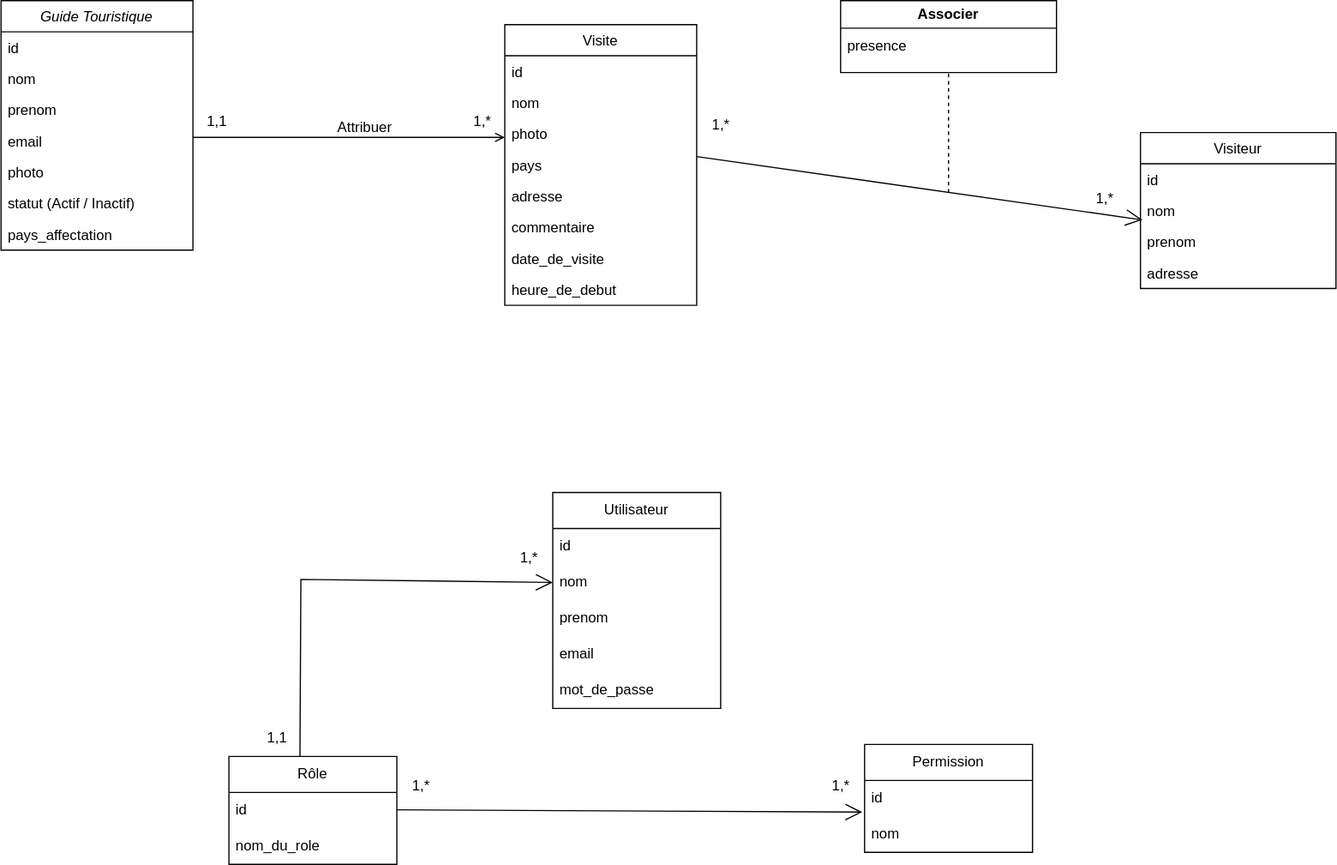
fresnel25/Travel_Paradise_Project keeps this draw.io diagram as Docs/Diagrammes/Diagramme de classe.drawio.svg. Above is the earlier version. Source tidied: cells renumbered, new cells last; positions are measured from the earlier drawing's top-left corner, leaving out a move shared by most shapes. Source of this version:
```xml
<mxGraphModel>
  <root>
    <mxCell id="0" />
    <mxCell id="1" parent="0" />
    <mxCell id="2" value="Guide Touristique" style="swimlane;fontStyle=2;align=center;verticalAlign=top;horizontal=1;startSize=26;rounded=0;shadow=0;strokeWidth=1;" parent="1" vertex="1">
      <mxGeometry width="160" height="208" as="geometry" />
    </mxCell>
    <mxCell id="3" value="id" style="text;align=left;verticalAlign=top;spacingLeft=4;spacingRight=4;overflow=hidden;" parent="2" vertex="1">
      <mxGeometry y="26" width="160" height="26" as="geometry" />
    </mxCell>
    <mxCell id="4" value="nom" style="text;align=left;verticalAlign=top;spacingLeft=4;spacingRight=4;overflow=hidden;" parent="2" vertex="1">
      <mxGeometry y="52" width="160" height="26" as="geometry" />
    </mxCell>
    <mxCell id="5" value="prenom" style="text;align=left;verticalAlign=top;spacingLeft=4;spacingRight=4;overflow=hidden;rounded=0;shadow=0;html=0;" parent="2" vertex="1">
      <mxGeometry y="78" width="160" height="26" as="geometry" />
    </mxCell>
    <mxCell id="6" value="email" style="text;align=left;verticalAlign=top;spacingLeft=4;spacingRight=4;overflow=hidden;rounded=0;shadow=0;html=0;" parent="2" vertex="1">
      <mxGeometry y="104" width="160" height="26" as="geometry" />
    </mxCell>
    <mxCell id="7" value="photo" style="text;align=left;verticalAlign=top;spacingLeft=4;spacingRight=4;overflow=hidden;rounded=0;shadow=0;html=0;" parent="2" vertex="1">
      <mxGeometry y="130" width="160" height="26" as="geometry" />
    </mxCell>
    <mxCell id="8" value="statut (Actif / Inactif)" style="text;align=left;verticalAlign=top;spacingLeft=4;spacingRight=4;overflow=hidden;rounded=0;shadow=0;html=0;" parent="2" vertex="1">
      <mxGeometry y="156" width="160" height="26" as="geometry" />
    </mxCell>
    <mxCell id="9" value="pays_affectation" style="text;align=left;verticalAlign=top;spacingLeft=4;spacingRight=4;overflow=hidden;rounded=0;shadow=0;html=0;" parent="2" vertex="1">
      <mxGeometry y="182" width="160" height="26" as="geometry" />
    </mxCell>
    <mxCell id="10" value="Visite" style="swimlane;fontStyle=0;align=center;verticalAlign=top;horizontal=1;startSize=26;rounded=0;shadow=0;strokeWidth=1;" parent="1" vertex="1">
      <mxGeometry x="420" y="20" width="160" height="234" as="geometry" />
    </mxCell>
    <mxCell id="11" value="id" style="text;align=left;verticalAlign=top;spacingLeft=4;spacingRight=4;overflow=hidden;" parent="10" vertex="1">
      <mxGeometry y="26" width="160" height="26" as="geometry" />
    </mxCell>
    <mxCell id="12" value="nom" style="text;align=left;verticalAlign=top;spacingLeft=4;spacingRight=4;overflow=hidden;" parent="10" vertex="1">
      <mxGeometry y="52" width="160" height="26" as="geometry" />
    </mxCell>
    <mxCell id="13" value="photo" style="text;align=left;verticalAlign=top;spacingLeft=4;spacingRight=4;overflow=hidden;" parent="10" vertex="1">
      <mxGeometry y="78" width="160" height="26" as="geometry" />
    </mxCell>
    <mxCell id="14" value="pays" style="text;align=left;verticalAlign=top;spacingLeft=4;spacingRight=4;overflow=hidden;rounded=0;shadow=0;html=0;" parent="10" vertex="1">
      <mxGeometry y="104" width="160" height="26" as="geometry" />
    </mxCell>
    <mxCell id="15" value="adresse" style="text;align=left;verticalAlign=top;spacingLeft=4;spacingRight=4;overflow=hidden;rounded=0;shadow=0;html=0;" parent="10" vertex="1">
      <mxGeometry y="130" width="160" height="26" as="geometry" />
    </mxCell>
    <mxCell id="16" value="commentaire" style="text;align=left;verticalAlign=top;spacingLeft=4;spacingRight=4;overflow=hidden;rounded=0;shadow=0;html=0;" parent="10" vertex="1">
      <mxGeometry y="156" width="160" height="26" as="geometry" />
    </mxCell>
    <mxCell id="17" value="date_de_visite" style="text;align=left;verticalAlign=top;spacingLeft=4;spacingRight=4;overflow=hidden;rounded=0;shadow=0;html=0;" parent="10" vertex="1">
      <mxGeometry y="182" width="160" height="26" as="geometry" />
    </mxCell>
    <mxCell id="18" value="heure_de_debut" style="text;align=left;verticalAlign=top;spacingLeft=4;spacingRight=4;overflow=hidden;points=[[0,0.5],[1,0.5]];portConstraint=eastwest;rounded=0;shadow=0;html=0;" parent="10" vertex="1">
      <mxGeometry y="208" width="160" height="26" as="geometry" />
    </mxCell>
    <mxCell id="19" style="endArrow=open;shadow=0;strokeWidth=1;rounded=0;curved=0;endFill=1;edgeStyle=elbowEdgeStyle;elbow=vertical;" parent="1" edge="1" source="2" target="10">
      <mxGeometry x="0.5" y="41" relative="1" as="geometry">
        <mxPoint x="-40" y="32" as="offset" />
      </mxGeometry>
    </mxCell>
    <mxCell id="20" value="1,1" style="align=left;verticalAlign=bottom;labelBackgroundColor=none;fontSize=12;" parent="19" vertex="1">
      <mxGeometry x="-1" relative="1" as="geometry">
        <mxPoint x="10" y="-5" as="offset" />
      </mxGeometry>
    </mxCell>
    <mxCell id="21" value="1,*" style="align=right;verticalAlign=bottom;labelBackgroundColor=none;fontSize=12;" parent="19" vertex="1">
      <mxGeometry x="1" relative="1" as="geometry">
        <mxPoint x="-10" y="-5" as="offset" />
      </mxGeometry>
    </mxCell>
    <mxCell id="22" value="Attribuer" style="text;html=1;align=center;verticalAlign=middle;labelBackgroundColor=none;rounded=0;shadow=0;strokeWidth=1;fontSize=12;" parent="19" vertex="1">
      <mxGeometry x="0.5" y="49" relative="1" as="geometry">
        <mxPoint x="-53" y="40" as="offset" />
      </mxGeometry>
    </mxCell>
    <mxCell id="23" value="Visiteur" style="swimlane;fontStyle=0;align=center;verticalAlign=top;horizontal=1;startSize=26;rounded=0;shadow=0;strokeWidth=1;" parent="1" vertex="1">
      <mxGeometry x="950" y="110" width="163" height="130" as="geometry" />
    </mxCell>
    <mxCell id="24" value="id" style="text;align=left;verticalAlign=top;spacingLeft=4;spacingRight=4;overflow=hidden;" parent="23" vertex="1">
      <mxGeometry y="26" width="163" height="26" as="geometry" />
    </mxCell>
    <mxCell id="25" value="nom" style="text;align=left;verticalAlign=top;spacingLeft=4;spacingRight=4;overflow=hidden;points=[[0,0.5],[1,0.5]];portConstraint=eastwest;" parent="23" vertex="1">
      <mxGeometry y="52" width="163" height="26" as="geometry" />
    </mxCell>
    <mxCell id="26" value="prenom" style="text;align=left;verticalAlign=top;spacingLeft=4;spacingRight=4;overflow=hidden;rounded=0;shadow=0;html=0;" parent="23" vertex="1">
      <mxGeometry y="78" width="163" height="26" as="geometry" />
    </mxCell>
    <mxCell id="27" value="adresse" style="text;align=left;verticalAlign=top;spacingLeft=4;spacingRight=4;overflow=hidden;rounded=0;shadow=0;html=0;" parent="23" vertex="1">
      <mxGeometry y="104" width="163" height="26" as="geometry" />
    </mxCell>
    <mxCell id="28" value="1,*" style="text;html=1;align=center;verticalAlign=middle;strokeColor=none;fillColor=none;" parent="1" vertex="1">
      <mxGeometry x="580" y="89" width="40" height="30" as="geometry" />
    </mxCell>
    <mxCell id="29" value="1,*" style="text;html=1;align=center;verticalAlign=middle;strokeColor=none;fillColor=none;" parent="1" vertex="1">
      <mxGeometry x="900" y="150" width="40" height="30" as="geometry" />
    </mxCell>
    <mxCell id="30" value="Utilisateur" style="swimlane;fontStyle=0;horizontal=1;startSize=30;whiteSpace=wrap;html=1;" parent="1" vertex="1">
      <mxGeometry x="460" y="410" width="140" height="180" as="geometry" />
    </mxCell>
    <mxCell id="31" value="id" style="text;strokeColor=none;fillColor=none;align=left;verticalAlign=middle;spacingLeft=4;spacingRight=4;overflow=hidden;whiteSpace=wrap;html=1;" parent="30" vertex="1">
      <mxGeometry y="30" width="140" height="30" as="geometry" />
    </mxCell>
    <mxCell id="32" value="nom" style="text;strokeColor=none;fillColor=none;align=left;verticalAlign=middle;spacingLeft=4;spacingRight=4;overflow=hidden;points=[[0,0.5],[1,0.5]];portConstraint=eastwest;whiteSpace=wrap;html=1;" parent="30" vertex="1">
      <mxGeometry y="60" width="140" height="30" as="geometry" />
    </mxCell>
    <mxCell id="33" value="prenom" style="text;strokeColor=none;fillColor=none;align=left;verticalAlign=middle;spacingLeft=4;spacingRight=4;overflow=hidden;whiteSpace=wrap;html=1;" parent="30" vertex="1">
      <mxGeometry y="90" width="140" height="30" as="geometry" />
    </mxCell>
    <mxCell id="34" value="email" style="text;strokeColor=none;fillColor=none;align=left;verticalAlign=middle;spacingLeft=4;spacingRight=4;overflow=hidden;whiteSpace=wrap;html=1;" parent="30" vertex="1">
      <mxGeometry y="120" width="140" height="30" as="geometry" />
    </mxCell>
    <mxCell id="35" value="mot_de_passe" style="text;strokeColor=none;fillColor=none;align=left;verticalAlign=middle;spacingLeft=4;spacingRight=4;overflow=hidden;whiteSpace=wrap;html=1;" parent="30" vertex="1">
      <mxGeometry y="150" width="140" height="30" as="geometry" />
    </mxCell>
    <mxCell id="36" value="Rôle" style="swimlane;fontStyle=0;horizontal=1;startSize=30;whiteSpace=wrap;html=1;" parent="1" vertex="1">
      <mxGeometry x="190" y="630" width="140" height="90" as="geometry" />
    </mxCell>
    <mxCell id="37" value="id" style="text;strokeColor=none;fillColor=none;align=left;verticalAlign=middle;spacingLeft=4;spacingRight=4;overflow=hidden;whiteSpace=wrap;html=1;" parent="36" vertex="1">
      <mxGeometry y="30" width="140" height="30" as="geometry" />
    </mxCell>
    <mxCell id="38" value="nom_du_role" style="text;strokeColor=none;fillColor=none;align=left;verticalAlign=middle;spacingLeft=4;spacingRight=4;overflow=hidden;whiteSpace=wrap;html=1;" parent="36" vertex="1">
      <mxGeometry y="60" width="140" height="30" as="geometry" />
    </mxCell>
    <mxCell id="39" style="endArrow=open;endFill=1;endSize=12;html=1;rounded=0;entryX=0.01;entryY=0.8;entryDx=0;entryDy=0;entryPerimeter=0;" parent="1" edge="1" target="25">
      <mxGeometry relative="1" as="geometry">
        <mxPoint x="580" y="130" as="sourcePoint" />
      </mxGeometry>
    </mxCell>
    <mxCell id="40" style="group;" parent="1" vertex="1">
      <mxGeometry x="700" width="180" height="160" as="geometry" />
    </mxCell>
    <mxCell id="41" style="endArrow=none;dashed=1;html=1;rounded=0;entryX=0.5;entryY=1;entryDx=0;entryDy=0;" parent="40" edge="1" target="42">
      <mxGeometry relative="1" as="geometry">
        <mxPoint x="90" y="160" as="sourcePoint" />
        <Array as="points">
          <mxPoint x="90" y="100" />
        </Array>
      </mxGeometry>
    </mxCell>
    <mxCell id="42" value="Associer" style="swimlane;whiteSpace=wrap;html=1;" parent="40" vertex="1">
      <mxGeometry width="180" height="60" as="geometry" />
    </mxCell>
    <mxCell id="43" value="presence" style="text;strokeColor=none;fillColor=none;align=left;verticalAlign=middle;spacingLeft=4;spacingRight=4;overflow=hidden;whiteSpace=wrap;html=1;" parent="42" vertex="1">
      <mxGeometry y="25" width="180" height="25" as="geometry" />
    </mxCell>
    <mxCell id="44" style="endArrow=open;endFill=1;endSize=12;html=1;rounded=0;exitX=0.423;exitY=-0.027;exitDx=0;exitDy=0;exitPerimeter=0;entryX=0;entryY=0.5;entryDx=0;entryDy=0;" parent="1" edge="1" target="32">
      <mxGeometry relative="1" as="geometry">
        <mxPoint x="249.2" y="630" as="sourcePoint" />
        <Array as="points">
          <mxPoint x="250" y="482.4" />
        </Array>
      </mxGeometry>
    </mxCell>
    <mxCell id="45" value="1,1" style="text;html=1;align=center;verticalAlign=middle;strokeColor=none;fillColor=none;" parent="1" vertex="1">
      <mxGeometry x="210" y="600" width="40" height="30" as="geometry" />
    </mxCell>
    <mxCell id="46" value="1,*" style="text;html=1;align=center;verticalAlign=middle;strokeColor=none;fillColor=none;" parent="1" vertex="1">
      <mxGeometry x="420" y="450" width="40" height="30" as="geometry" />
    </mxCell>
    <mxCell id="47" value="Permission" style="swimlane;fontStyle=0;horizontal=1;startSize=30;whiteSpace=wrap;html=1;" parent="1" vertex="1">
      <mxGeometry x="720" y="620" width="140" height="90" as="geometry" />
    </mxCell>
    <mxCell id="48" value="id" style="text;strokeColor=none;fillColor=none;align=left;verticalAlign=middle;spacingLeft=4;spacingRight=4;overflow=hidden;points=[[0,0.5],[1,0.5]];portConstraint=eastwest;whiteSpace=wrap;html=1;" parent="47" vertex="1">
      <mxGeometry y="30" width="140" height="30" as="geometry" />
    </mxCell>
    <mxCell id="49" value="nom" style="text;strokeColor=none;fillColor=none;align=left;verticalAlign=middle;spacingLeft=4;spacingRight=4;overflow=hidden;whiteSpace=wrap;html=1;" parent="47" vertex="1">
      <mxGeometry y="60" width="140" height="30" as="geometry" />
    </mxCell>
    <mxCell id="50" style="endArrow=open;endFill=1;endSize=12;html=1;rounded=0;entryX=-0.014;entryY=0.88;entryDx=0;entryDy=0;entryPerimeter=0;" parent="1" edge="1" target="48">
      <mxGeometry relative="1" as="geometry">
        <mxPoint x="330" y="674.5" as="sourcePoint" />
      </mxGeometry>
    </mxCell>
    <mxCell id="51" value="1,*" style="text;html=1;align=center;verticalAlign=middle;strokeColor=none;fillColor=none;" parent="1" vertex="1">
      <mxGeometry x="330" y="640" width="40" height="30" as="geometry" />
    </mxCell>
    <mxCell id="52" value="1,*" style="text;html=1;align=center;verticalAlign=middle;strokeColor=none;fillColor=none;" parent="1" vertex="1">
      <mxGeometry x="680" y="640" width="40" height="30" as="geometry" />
    </mxCell>
  </root>
</mxGraphModel>
```
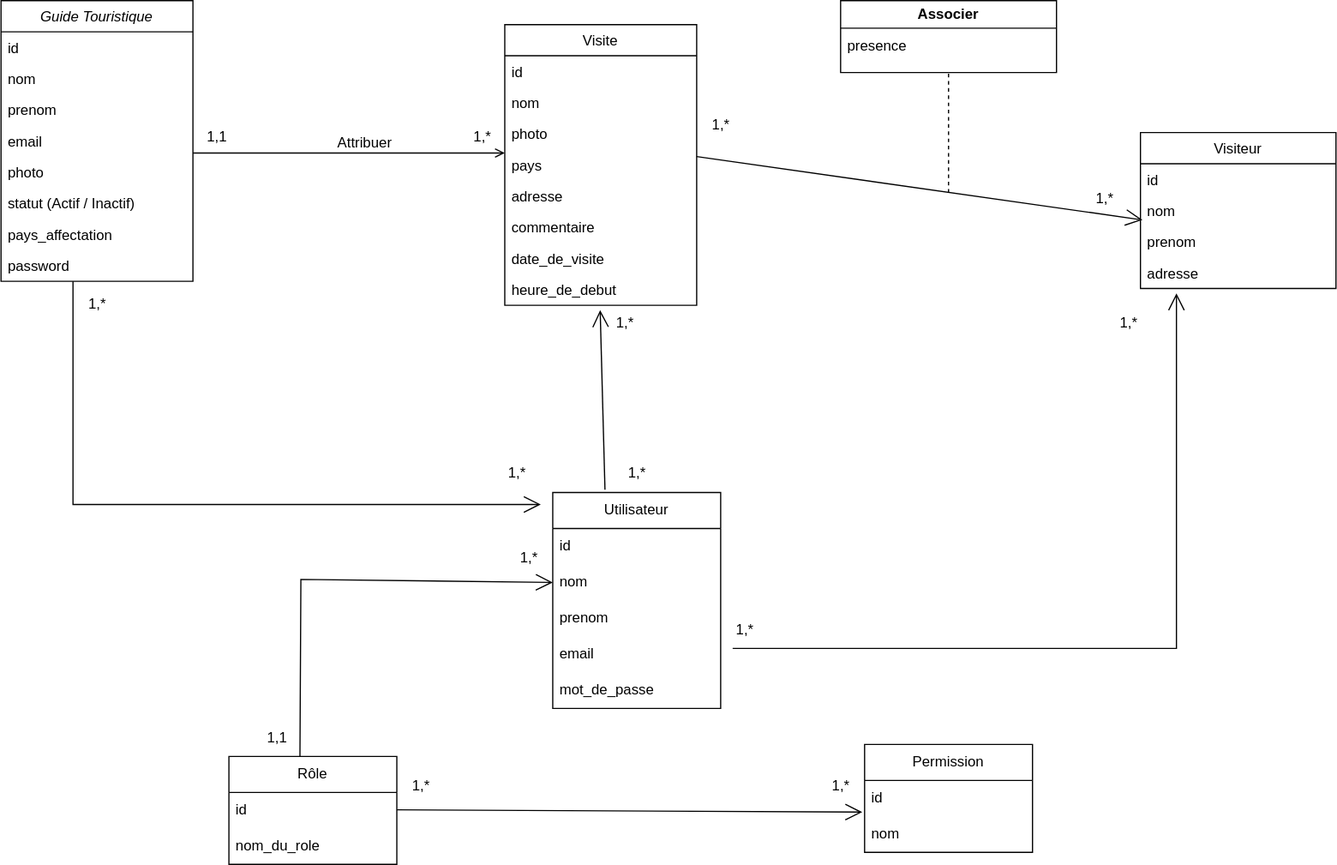
Later version of the same file.

Commit message:
Mettre à jour Diagramme de classe.drawio.svg

Change to the diagram source:
```diff
@@ -3,7 +3,7 @@
     <mxCell id="0" />
     <mxCell id="1" parent="0" />
     <mxCell id="2" value="Guide Touristique" style="swimlane;fontStyle=2;align=center;verticalAlign=top;horizontal=1;startSize=26;rounded=0;shadow=0;strokeWidth=1;" parent="1" vertex="1">
-      <mxGeometry width="160" height="208" as="geometry" />
+      <mxGeometry width="160" height="234" as="geometry" />
     </mxCell>
     <mxCell id="3" value="id" style="text;align=left;verticalAlign=top;spacingLeft=4;spacingRight=4;overflow=hidden;" parent="2" vertex="1">
       <mxGeometry y="26" width="160" height="26" as="geometry" />
@@ -26,6 +26,9 @@
     <mxCell id="9" value="pays_affectation" style="text;align=left;verticalAlign=top;spacingLeft=4;spacingRight=4;overflow=hidden;rounded=0;shadow=0;html=0;" parent="2" vertex="1">
       <mxGeometry y="182" width="160" height="26" as="geometry" />
     </mxCell>
+    <mxCell id="53" value="password" style="text;align=left;verticalAlign=top;spacingLeft=4;spacingRight=4;overflow=hidden;rounded=0;shadow=0;html=0;" parent="2" vertex="1">
+      <mxGeometry y="208" width="160" height="26" as="geometry" />
+    </mxCell>
     <mxCell id="10" value="Visite" style="swimlane;fontStyle=0;align=center;verticalAlign=top;horizontal=1;startSize=26;rounded=0;shadow=0;strokeWidth=1;" parent="1" vertex="1">
       <mxGeometry x="420" y="20" width="160" height="234" as="geometry" />
     </mxCell>
@@ -177,5 +180,44 @@
     <mxCell id="52" value="1,*" style="text;html=1;align=center;verticalAlign=middle;strokeColor=none;fillColor=none;" parent="1" vertex="1">
       <mxGeometry x="680" y="640" width="40" height="30" as="geometry" />
     </mxCell>
+    <mxCell id="54" style="endArrow=open;endFill=1;endSize=12;html=1;rounded=0;" parent="1" edge="1">
+      <mxGeometry relative="1" as="geometry">
+        <mxPoint x="60" y="234" as="sourcePoint" />
+        <mxPoint x="450" y="420" as="targetPoint" />
+        <Array as="points">
+          <mxPoint x="60" y="420" />
+        </Array>
+      </mxGeometry>
+    </mxCell>
+    <mxCell id="55" style="endArrow=open;endFill=1;endSize=12;html=1;rounded=0;" parent="1" edge="1">
+      <mxGeometry relative="1" as="geometry">
+        <mxPoint x="610" y="540" as="sourcePoint" />
+        <mxPoint x="980" y="244" as="targetPoint" />
+        <Array as="points">
+          <mxPoint x="980" y="540" />
+        </Array>
+      </mxGeometry>
+    </mxCell>
+    <mxCell id="56" style="endArrow=open;endFill=1;endSize=12;html=1;rounded=0;entryX=0.497;entryY=1.154;entryDx=0;entryDy=0;entryPerimeter=0;exitX=0.311;exitY=-0.013;exitDx=0;exitDy=0;exitPerimeter=0;" parent="1" edge="1" source="30" target="18">
+      <mxGeometry relative="1" as="geometry" />
+    </mxCell>
+    <mxCell id="57" value="1,*" style="text;html=1;align=center;verticalAlign=middle;strokeColor=none;fillColor=none;" parent="1" vertex="1">
+      <mxGeometry x="60" y="238" width="40" height="30" as="geometry" />
+    </mxCell>
+    <mxCell id="58" value="1,*" style="text;html=1;align=center;verticalAlign=middle;strokeColor=none;fillColor=none;" parent="1" vertex="1">
+      <mxGeometry x="410" y="379" width="40" height="30" as="geometry" />
+    </mxCell>
+    <mxCell id="59" value="1,*" style="text;html=1;align=center;verticalAlign=middle;strokeColor=none;fillColor=none;" parent="1" vertex="1">
+      <mxGeometry x="510" y="379" width="40" height="30" as="geometry" />
+    </mxCell>
+    <mxCell id="60" value="1,*" style="text;html=1;align=center;verticalAlign=middle;strokeColor=none;fillColor=none;" parent="1" vertex="1">
+      <mxGeometry x="500" y="254" width="40" height="30" as="geometry" />
+    </mxCell>
+    <mxCell id="61" value="1,*" style="text;html=1;align=center;verticalAlign=middle;strokeColor=none;fillColor=none;" parent="1" vertex="1">
+      <mxGeometry x="600" y="510" width="40" height="30" as="geometry" />
+    </mxCell>
+    <mxCell id="62" value="1,*" style="text;html=1;align=center;verticalAlign=middle;strokeColor=none;fillColor=none;" parent="1" vertex="1">
+      <mxGeometry x="920" y="254" width="40" height="30" as="geometry" />
+    </mxCell>
   </root>
 </mxGraphModel>
```
